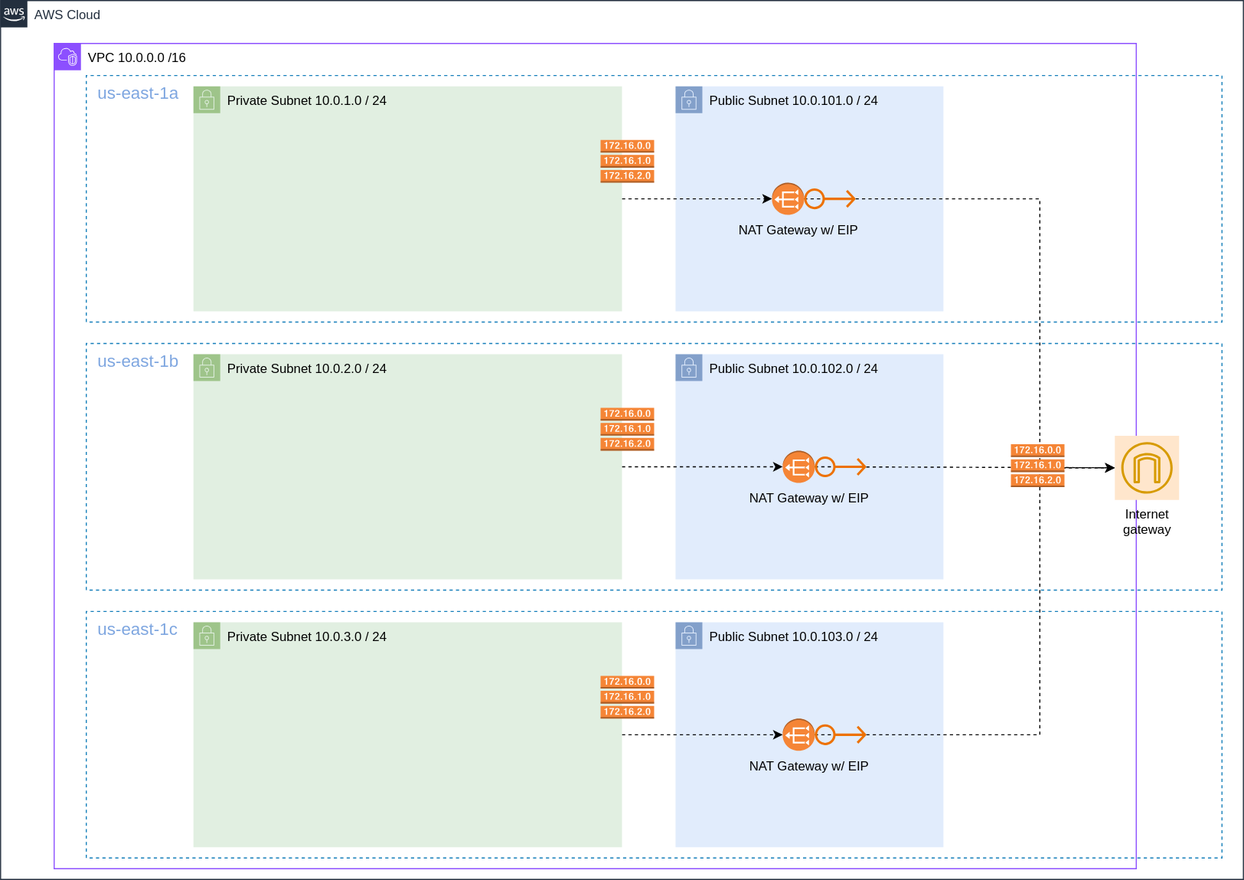
This is vpc/docs/eks-ready-vpc.drawio.svg from archegos-labs/platform, a draw.io export, as it was before one commit. Source tidied: cells renumbered, new cells last; positions are measured from the earlier drawing's top-left corner, leaving out a move shared by most shapes.
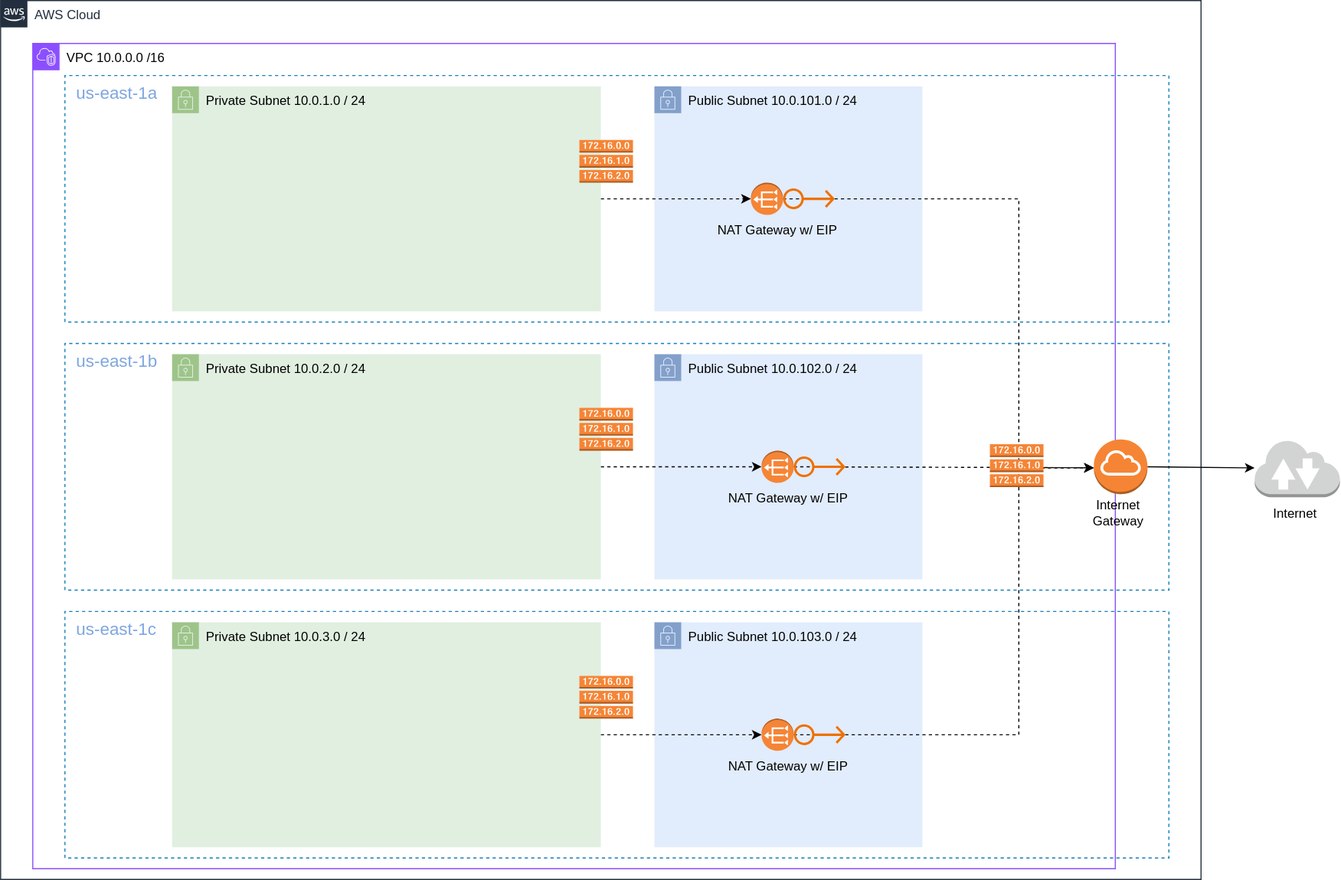
The same file after the commit.

Diff of the diagram source:
```diff
@@ -5,8 +5,9 @@
     <mxCell id="2" value="Public S&lt;span style=&quot;background-color: initial;&quot;&gt;ubnet 10.0.103.0 / 24&lt;/span&gt;" style="html=1;whiteSpace=wrap;fontSize=12;fontStyle=0;shape=mxgraph.aws4.group;grIcon=mxgraph.aws4.group_security_group;grStroke=0;strokeColor=#6c8ebf;fillColor=#dae8fc;verticalAlign=top;align=left;spacingLeft=30;dashed=0;opacity=80;" parent="1" vertex="1">
       <mxGeometry x="630" y="580" width="250" height="210" as="geometry" />
     </mxCell>
-    <mxCell id="3" style="endArrow=classic;html=1;rounded=0;exitX=0;exitY=0.5;exitDx=0;exitDy=0;dashed=1;edgeStyle=orthogonalEdgeStyle;exitPerimeter=0;" parent="1" edge="1" source="33" target="11">
+    <mxCell id="3" style="endArrow=classic;html=1;rounded=0;exitX=0;exitY=0.5;exitDx=0;exitDy=0;dashed=1;edgeStyle=orthogonalEdgeStyle;exitPerimeter=0;" parent="1" edge="1" source="33">
       <mxGeometry relative="1" as="geometry">
+        <mxPoint x="1040" y="436" as="targetPoint" />
         <Array as="points">
           <mxPoint x="970" y="685" />
           <mxPoint x="970" y="436" />
@@ -14,34 +15,34 @@
       </mxGeometry>
     </mxCell>
     <mxCell id="4" value="&lt;font color=&quot;#7ea6e0&quot; style=&quot;font-size: 16px;&quot;&gt;&amp;nbsp; &lt;font style=&quot;font-size: 16px;&quot;&gt;us-east-1b&lt;/font&gt;&lt;/font&gt;" style="fillColor=none;strokeColor=#147EBA;dashed=1;verticalAlign=top;fontStyle=0;fontColor=#147EBA;whiteSpace=wrap;html=1;flipH=0;direction=south;align=left;" parent="1" vertex="1">
-      <mxGeometry x="80" y="320" width="1060" height="230" as="geometry" />
+      <mxGeometry x="80" y="320" width="1030" height="230" as="geometry" />
     </mxCell>
     <mxCell id="5" value="Public S&lt;span style=&quot;background-color: initial;&quot;&gt;ubnet 10.0.102.0 / 24&lt;/span&gt;" style="html=1;whiteSpace=wrap;fontSize=12;fontStyle=0;shape=mxgraph.aws4.group;grIcon=mxgraph.aws4.group_security_group;grStroke=0;strokeColor=#6c8ebf;fillColor=#dae8fc;verticalAlign=top;align=left;spacingLeft=30;dashed=0;opacity=80;" parent="1" vertex="1">
       <mxGeometry x="630" y="330" width="250" height="210" as="geometry" />
     </mxCell>
-    <mxCell id="6" style="endArrow=classic;html=1;rounded=0;exitX=0;exitY=0.5;exitDx=0;exitDy=0;dashed=1;exitPerimeter=0;" parent="1" edge="1" source="29" target="11">
-      <mxGeometry relative="1" as="geometry" />
+    <mxCell id="6" style="endArrow=classic;html=1;rounded=0;exitX=0;exitY=0.5;exitDx=0;exitDy=0;dashed=1;exitPerimeter=0;" parent="1" edge="1" source="29">
+      <mxGeometry relative="1" as="geometry">
+        <mxPoint x="1040" y="435.9" as="targetPoint" />
+      </mxGeometry>
     </mxCell>
     <mxCell id="7" value="AWS Cloud" style="gradientColor=none;html=1;whiteSpace=wrap;fontSize=12;fontStyle=0;shape=mxgraph.aws4.group;grIcon=mxgraph.aws4.group_aws_cloud_alt;strokeColor=#232F3E;fillColor=none;verticalAlign=top;align=left;spacingLeft=30;fontColor=#232F3E;dashed=0;labelBackgroundColor=#ffffff;" parent="1" vertex="1">
-      <mxGeometry width="1160" height="820" as="geometry" />
+      <mxGeometry x="20" width="1120" height="820" as="geometry" />
     </mxCell>
     <mxCell id="8" value="&lt;font color=&quot;#000000&quot;&gt;VPC 10.0.0.0 /16&lt;/font&gt;" style="gradientColor=none;html=1;whiteSpace=wrap;fontSize=12;fontStyle=0;shape=mxgraph.aws4.group;grIcon=mxgraph.aws4.group_vpc2;strokeColor=#8C4FFF;fillColor=none;verticalAlign=top;align=left;spacingLeft=30;fontColor=#AAB7B8;dashed=0;" parent="1" vertex="1">
       <mxGeometry x="50" y="40" width="1010" height="770" as="geometry" />
     </mxCell>
     <mxCell id="9" value="&lt;font color=&quot;#7ea6e0&quot; style=&quot;font-size: 16px;&quot;&gt;&amp;nbsp; &lt;font style=&quot;font-size: 16px;&quot;&gt;us-east-1a&lt;/font&gt;&lt;/font&gt;" style="fillColor=none;strokeColor=#147EBA;dashed=1;verticalAlign=top;fontStyle=0;fontColor=#147EBA;whiteSpace=wrap;html=1;flipH=0;direction=south;align=left;" parent="1" vertex="1">
-      <mxGeometry x="80" y="70" width="1060" height="230" as="geometry" />
+      <mxGeometry x="80" y="70" width="1030" height="230" as="geometry" />
     </mxCell>
     <mxCell id="10" value="Public S&lt;span style=&quot;background-color: initial;&quot;&gt;ubnet 10.0.101.0 / 24&lt;/span&gt;" style="html=1;whiteSpace=wrap;fontSize=12;fontStyle=0;shape=mxgraph.aws4.group;grIcon=mxgraph.aws4.group_security_group;grStroke=0;strokeColor=#6c8ebf;fillColor=#dae8fc;verticalAlign=top;align=left;spacingLeft=30;dashed=0;opacity=80;" parent="1" vertex="1">
       <mxGeometry x="630" y="80" width="250" height="210" as="geometry" />
     </mxCell>
-    <mxCell id="11" value="Internet&#10;gateway" style="sketch=0;outlineConnect=0;dashed=0;verticalLabelPosition=bottom;verticalAlign=top;align=center;html=1;fontSize=12;fontStyle=0;shape=mxgraph.aws4.resourceIcon;resIcon=mxgraph.aws4.internet_gateway;fillColor=#ffe6cc;strokeColor=#d79b00;" parent="1" vertex="1">
-      <mxGeometry x="1040" y="406" width="60" height="60" as="geometry" />
-    </mxCell>
     <mxCell id="12" style="endArrow=classic;html=1;rounded=0;entryX=1;entryY=0.5;entryDx=0;entryDy=0;entryPerimeter=0;dashed=1;" parent="1" edge="1" source="15" target="25">
       <mxGeometry relative="1" as="geometry" />
     </mxCell>
-    <mxCell id="13" style="endArrow=classic;html=1;rounded=0;exitX=0;exitY=0.5;exitDx=0;exitDy=0;exitPerimeter=0;edgeStyle=orthogonalEdgeStyle;dashed=1;" parent="1" edge="1" source="26" target="11">
+    <mxCell id="13" style="endArrow=classic;html=1;rounded=0;exitX=0;exitY=0.5;exitDx=0;exitDy=0;exitPerimeter=0;edgeStyle=orthogonalEdgeStyle;dashed=1;" parent="1" edge="1" source="26">
       <mxGeometry relative="1" as="geometry">
+        <mxPoint x="1040" y="436" as="targetPoint" />
         <Array as="points">
           <mxPoint x="970" y="185" />
           <mxPoint x="970" y="436" />
@@ -67,7 +68,7 @@
       <mxGeometry x="560" y="380" width="50" height="40" as="geometry" />
     </mxCell>
     <mxCell id="20" value="&lt;font color=&quot;#7ea6e0&quot; style=&quot;font-size: 16px;&quot;&gt;&amp;nbsp; &lt;font style=&quot;font-size: 16px;&quot;&gt;us-east-1c&lt;/font&gt;&lt;/font&gt;" style="fillColor=none;strokeColor=#147EBA;dashed=1;verticalAlign=top;fontStyle=0;fontColor=#147EBA;whiteSpace=wrap;html=1;flipH=0;direction=south;align=left;" parent="1" vertex="1">
-      <mxGeometry x="80" y="570" width="1060" height="230" as="geometry" />
+      <mxGeometry x="80" y="570" width="1030" height="230" as="geometry" />
     </mxCell>
     <mxCell id="21" style="endArrow=classic;html=1;rounded=0;entryX=1;entryY=0.5;entryDx=0;entryDy=0;entryPerimeter=0;dashed=1;" parent="1" edge="1" source="22" target="33">
       <mxGeometry relative="1" as="geometry" />
@@ -114,5 +115,26 @@
     <mxCell id="35" value="NAT Gateway w/ EIP" style="text;html=1;align=center;verticalAlign=middle;whiteSpace=wrap;rounded=0;" parent="32" vertex="1">
       <mxGeometry y="30" width="120" height="30" as="geometry" />
     </mxCell>
+    <mxCell id="36" style="endArrow=classic;html=1;rounded=0;exitX=1;exitY=0.5;exitDx=0;exitDy=0;exitPerimeter=0;" parent="1" edge="1" source="41" target="38">
+      <mxGeometry relative="1" as="geometry" />
+    </mxCell>
+    <mxCell id="37" style="group;" parent="1" vertex="1">
+      <mxGeometry x="1190" y="409.5" width="79.5" height="84" as="geometry" />
+    </mxCell>
+    <mxCell id="38" style="outlineConnect=0;dashed=0;verticalLabelPosition=bottom;verticalAlign=top;align=center;html=1;shape=mxgraph.aws3.internet_2;fillColor=#D2D3D3;gradientColor=none;" parent="37" vertex="1">
+      <mxGeometry width="79.5" height="54" as="geometry" />
+    </mxCell>
+    <mxCell id="39" value="Internet" style="text;html=1;align=center;verticalAlign=middle;whiteSpace=wrap;rounded=0;" parent="37" vertex="1">
+      <mxGeometry x="8" y="54" width="60" height="30" as="geometry" />
+    </mxCell>
+    <mxCell id="40" style="group;" parent="1" vertex="1">
+      <mxGeometry x="1033" y="409.5" width="60" height="83.5" as="geometry" />
+    </mxCell>
+    <mxCell id="41" style="outlineConnect=0;dashed=0;verticalLabelPosition=bottom;verticalAlign=top;align=center;html=1;shape=mxgraph.aws3.internet_gateway;fillColor=#F58534;gradientColor=none;" parent="40" vertex="1">
+      <mxGeometry x="7" width="50" height="51" as="geometry" />
+    </mxCell>
+    <mxCell id="42" value="Internet Gateway" style="text;html=1;align=center;verticalAlign=middle;whiteSpace=wrap;rounded=0;" parent="40" vertex="1">
+      <mxGeometry y="53.5" width="60" height="30" as="geometry" />
+    </mxCell>
   </root>
 </mxGraphModel>
```
